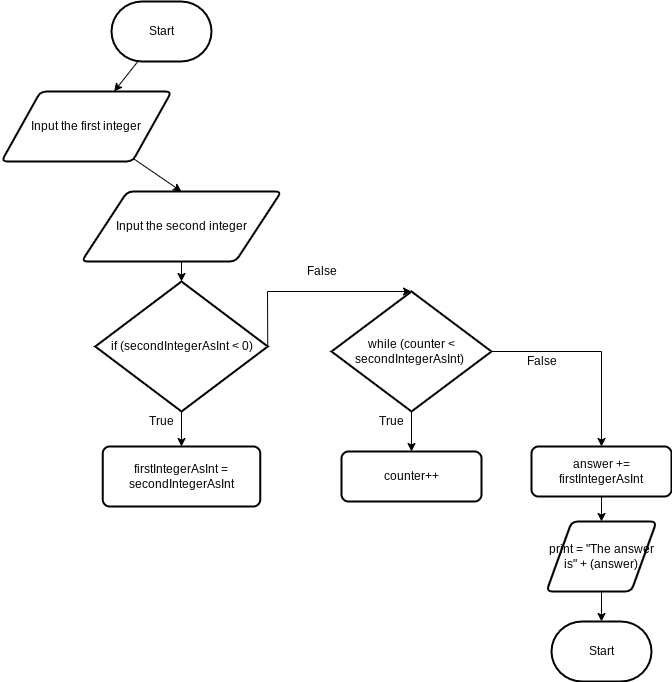
Before: design/flow-chart.png, a diagram exported from draw.io (Kenny-Le-281/ICS2O-Unit5-06-HTML). Source tidied: cells renumbered, new cells last; positions are measured from the earlier drawing's top-left corner, leaving out a move shared by most shapes. Its diagram source:
```xml
<mxGraphModel>
  <root>
    <mxCell id="0" />
    <mxCell id="1" parent="0" />
    <mxCell id="2" style="edgeStyle=none;html=1;" parent="1" edge="1" source="3" target="5">
      <mxGeometry relative="1" as="geometry" />
    </mxCell>
    <mxCell id="3" value="Start" style="strokeWidth=2;html=1;shape=mxgraph.flowchart.terminator;whiteSpace=wrap;" parent="1" vertex="1">
      <mxGeometry x="110" width="100" height="60" as="geometry" />
    </mxCell>
    <mxCell id="4" style="edgeStyle=none;html=1;entryX=0.5;entryY=0;entryDx=0;entryDy=0;" parent="1" edge="1" source="5" target="7">
      <mxGeometry relative="1" as="geometry" />
    </mxCell>
    <mxCell id="5" value="Input the first integer" style="shape=parallelogram;html=1;strokeWidth=2;perimeter=parallelogramPerimeter;whiteSpace=wrap;rounded=1;arcSize=12;size=0.23;" parent="1" vertex="1">
      <mxGeometry y="90" width="170" height="70" as="geometry" />
    </mxCell>
    <mxCell id="6" style="edgeStyle=none;rounded=0;html=1;" parent="1" edge="1" source="7" target="20">
      <mxGeometry relative="1" as="geometry" />
    </mxCell>
    <mxCell id="7" value="Input the second integer" style="shape=parallelogram;html=1;strokeWidth=2;perimeter=parallelogramPerimeter;whiteSpace=wrap;rounded=1;arcSize=12;size=0.23;" parent="1" vertex="1">
      <mxGeometry x="80" y="190" width="200" height="70" as="geometry" />
    </mxCell>
    <mxCell id="8" style="edgeStyle=none;html=1;" parent="1" edge="1" source="10" target="11">
      <mxGeometry relative="1" as="geometry" />
    </mxCell>
    <mxCell id="9" style="edgeStyle=none;html=1;entryX=0.5;entryY=0;entryDx=0;entryDy=0;exitX=1;exitY=0.5;exitDx=0;exitDy=0;exitPerimeter=0;rounded=0;" parent="1" edge="1" source="10" target="13">
      <mxGeometry relative="1" as="geometry">
        <Array as="points">
          <mxPoint x="600" y="350" />
        </Array>
      </mxGeometry>
    </mxCell>
    <mxCell id="10" value="&lt;div&gt;while (counter &amp;lt; secondIntegerAsInt)&amp;nbsp;&lt;/div&gt;" style="strokeWidth=2;html=1;shape=mxgraph.flowchart.decision;whiteSpace=wrap;" parent="1" vertex="1">
      <mxGeometry x="330" y="290" width="160" height="120" as="geometry" />
    </mxCell>
    <mxCell id="11" value="counter++" style="rounded=1;whiteSpace=wrap;html=1;absoluteArcSize=1;arcSize=14;strokeWidth=2;" parent="1" vertex="1">
      <mxGeometry x="340" y="450" width="140" height="50" as="geometry" />
    </mxCell>
    <mxCell id="12" style="edgeStyle=none;rounded=0;html=1;entryX=0.5;entryY=0;entryDx=0;entryDy=0;" parent="1" edge="1" source="13" target="17">
      <mxGeometry relative="1" as="geometry" />
    </mxCell>
    <mxCell id="13" value="answer += firstIntegerAsInt" style="rounded=1;whiteSpace=wrap;html=1;absoluteArcSize=1;arcSize=14;strokeWidth=2;" parent="1" vertex="1">
      <mxGeometry x="530" y="445" width="140" height="50" as="geometry" />
    </mxCell>
    <mxCell id="14" value="True" style="text;html=1;align=center;verticalAlign=middle;fillColor=none;strokeColor=none;rounded=0;" parent="1" vertex="1">
      <mxGeometry x="370" y="410" width="40" height="20" as="geometry" />
    </mxCell>
    <mxCell id="15" value="False" style="text;html=1;align=center;verticalAlign=middle;fillColor=none;strokeColor=none;rounded=0;" parent="1" vertex="1">
      <mxGeometry x="515" y="350" width="50" height="20" as="geometry" />
    </mxCell>
    <mxCell id="16" style="edgeStyle=none;rounded=0;html=1;entryX=0.5;entryY=0;entryDx=0;entryDy=0;entryPerimeter=0;" parent="1" edge="1" source="17" target="24">
      <mxGeometry relative="1" as="geometry" />
    </mxCell>
    <mxCell id="17" value="print = &quot;The answer is&quot; + (answer)" style="shape=parallelogram;html=1;strokeWidth=2;perimeter=parallelogramPerimeter;whiteSpace=wrap;rounded=1;arcSize=12;size=0.23;" parent="1" vertex="1">
      <mxGeometry x="545" y="520" width="110" height="70" as="geometry" />
    </mxCell>
    <mxCell id="18" style="edgeStyle=none;rounded=0;html=1;" parent="1" edge="1" source="20" target="21">
      <mxGeometry relative="1" as="geometry" />
    </mxCell>
    <mxCell id="19" style="edgeStyle=none;rounded=0;html=1;entryX=0.5;entryY=0;entryDx=0;entryDy=0;entryPerimeter=0;exitX=1;exitY=0.5;exitDx=0;exitDy=0;exitPerimeter=0;" parent="1" edge="1" source="20" target="10">
      <mxGeometry relative="1" as="geometry">
        <Array as="points">
          <mxPoint x="266" y="290" />
        </Array>
      </mxGeometry>
    </mxCell>
    <mxCell id="20" value="if (secondIntegerAsInt &amp;lt; 0)" style="strokeWidth=2;html=1;shape=mxgraph.flowchart.decision;whiteSpace=wrap;" parent="1" vertex="1">
      <mxGeometry x="93.8" y="280" width="172.5" height="130" as="geometry" />
    </mxCell>
    <mxCell id="21" value="firstIntegerAsInt = secondIntegerAsInt" style="rounded=1;whiteSpace=wrap;html=1;absoluteArcSize=1;arcSize=14;strokeWidth=2;" parent="1" vertex="1">
      <mxGeometry x="101.2" y="445" width="157.5" height="60" as="geometry" />
    </mxCell>
    <mxCell id="22" value="True" style="text;html=1;align=center;verticalAlign=middle;fillColor=none;strokeColor=none;rounded=0;" parent="1" vertex="1">
      <mxGeometry x="140" y="410" width="40" height="20" as="geometry" />
    </mxCell>
    <mxCell id="23" value="False" style="text;html=1;align=center;verticalAlign=middle;fillColor=none;strokeColor=none;rounded=0;" parent="1" vertex="1">
      <mxGeometry x="295" y="260" width="50" height="20" as="geometry" />
    </mxCell>
    <mxCell id="24" value="Start" style="strokeWidth=2;html=1;shape=mxgraph.flowchart.terminator;whiteSpace=wrap;" parent="1" vertex="1">
      <mxGeometry x="550" y="620" width="100" height="60" as="geometry" />
    </mxCell>
  </root>
</mxGraphModel>
```
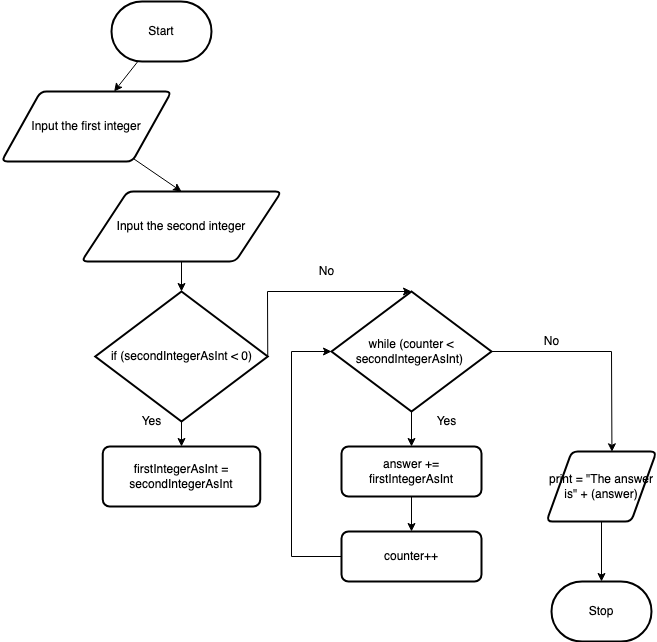
After the change.

What changed in the source:
```diff
@@ -20,39 +20,24 @@
     <mxCell id="7" value="Input the second integer" style="shape=parallelogram;html=1;strokeWidth=2;perimeter=parallelogramPerimeter;whiteSpace=wrap;rounded=1;arcSize=12;size=0.23;" parent="1" vertex="1">
       <mxGeometry x="80" y="190" width="200" height="70" as="geometry" />
     </mxCell>
-    <mxCell id="8" style="edgeStyle=none;html=1;" parent="1" edge="1" source="10" target="11">
-      <mxGeometry relative="1" as="geometry" />
-    </mxCell>
-    <mxCell id="9" style="edgeStyle=none;html=1;entryX=0.5;entryY=0;entryDx=0;entryDy=0;exitX=1;exitY=0.5;exitDx=0;exitDy=0;exitPerimeter=0;rounded=0;" parent="1" edge="1" source="10" target="13">
-      <mxGeometry relative="1" as="geometry">
-        <Array as="points">
-          <mxPoint x="600" y="350" />
-        </Array>
-      </mxGeometry>
+    <mxCell id="9" style="edgeStyle=none;html=1;entryX=0.5;entryY=0;entryDx=0;entryDy=0;" parent="1" edge="1" source="10" target="13">
+      <mxGeometry relative="1" as="geometry" />
     </mxCell>
+    <mxCell id="25" style="edgeStyle=none;rounded=0;html=1;entryX=0.595;entryY=0.004;entryDx=0;entryDy=0;entryPerimeter=0;" parent="1" edge="1" source="10" target="17">
+      <mxGeometry relative="1" as="geometry">
+        <Array as="points">
+          <mxPoint x="610" y="350" />
+        </Array>
+      </mxGeometry>
+    </mxCell>
     <mxCell id="10" value="&lt;div&gt;while (counter &amp;lt; secondIntegerAsInt)&amp;nbsp;&lt;/div&gt;" style="strokeWidth=2;html=1;shape=mxgraph.flowchart.decision;whiteSpace=wrap;" parent="1" vertex="1">
       <mxGeometry x="330" y="290" width="160" height="120" as="geometry" />
     </mxCell>
-    <mxCell id="11" value="counter++" style="rounded=1;whiteSpace=wrap;html=1;absoluteArcSize=1;arcSize=14;strokeWidth=2;" parent="1" vertex="1">
-      <mxGeometry x="340" y="450" width="140" height="50" as="geometry" />
-    </mxCell>
-    <mxCell id="12" style="edgeStyle=none;rounded=0;html=1;entryX=0.5;entryY=0;entryDx=0;entryDy=0;" parent="1" edge="1" source="13" target="17">
-      <mxGeometry relative="1" as="geometry" />
-    </mxCell>
-    <mxCell id="13" value="answer += firstIntegerAsInt" style="rounded=1;whiteSpace=wrap;html=1;absoluteArcSize=1;arcSize=14;strokeWidth=2;" parent="1" vertex="1">
-      <mxGeometry x="530" y="445" width="140" height="50" as="geometry" />
-    </mxCell>
-    <mxCell id="14" value="True" style="text;html=1;align=center;verticalAlign=middle;fillColor=none;strokeColor=none;rounded=0;" parent="1" vertex="1">
-      <mxGeometry x="370" y="410" width="40" height="20" as="geometry" />
-    </mxCell>
-    <mxCell id="15" value="False" style="text;html=1;align=center;verticalAlign=middle;fillColor=none;strokeColor=none;rounded=0;" parent="1" vertex="1">
-      <mxGeometry x="515" y="350" width="50" height="20" as="geometry" />
-    </mxCell>
     <mxCell id="16" style="edgeStyle=none;rounded=0;html=1;entryX=0.5;entryY=0;entryDx=0;entryDy=0;entryPerimeter=0;" parent="1" edge="1" source="17" target="24">
       <mxGeometry relative="1" as="geometry" />
     </mxCell>
     <mxCell id="17" value="print = &quot;The answer is&quot; + (answer)" style="shape=parallelogram;html=1;strokeWidth=2;perimeter=parallelogramPerimeter;whiteSpace=wrap;rounded=1;arcSize=12;size=0.23;" parent="1" vertex="1">
-      <mxGeometry x="545" y="520" width="110" height="70" as="geometry" />
+      <mxGeometry x="545" y="450" width="110" height="70" as="geometry" />
     </mxCell>
     <mxCell id="18" style="edgeStyle=none;rounded=0;html=1;" parent="1" edge="1" source="20" target="21">
       <mxGeometry relative="1" as="geometry" />
@@ -65,19 +50,42 @@
       </mxGeometry>
     </mxCell>
     <mxCell id="20" value="if (secondIntegerAsInt &amp;lt; 0)" style="strokeWidth=2;html=1;shape=mxgraph.flowchart.decision;whiteSpace=wrap;" parent="1" vertex="1">
-      <mxGeometry x="93.8" y="280" width="172.5" height="130" as="geometry" />
+      <mxGeometry x="93.8" y="290" width="172.5" height="130" as="geometry" />
     </mxCell>
     <mxCell id="21" value="firstIntegerAsInt = secondIntegerAsInt" style="rounded=1;whiteSpace=wrap;html=1;absoluteArcSize=1;arcSize=14;strokeWidth=2;" parent="1" vertex="1">
       <mxGeometry x="101.2" y="445" width="157.5" height="60" as="geometry" />
     </mxCell>
-    <mxCell id="22" value="True" style="text;html=1;align=center;verticalAlign=middle;fillColor=none;strokeColor=none;rounded=0;" parent="1" vertex="1">
-      <mxGeometry x="140" y="410" width="40" height="20" as="geometry" />
-    </mxCell>
-    <mxCell id="23" value="False" style="text;html=1;align=center;verticalAlign=middle;fillColor=none;strokeColor=none;rounded=0;" parent="1" vertex="1">
-      <mxGeometry x="295" y="260" width="50" height="20" as="geometry" />
-    </mxCell>
-    <mxCell id="24" value="Start" style="strokeWidth=2;html=1;shape=mxgraph.flowchart.terminator;whiteSpace=wrap;" parent="1" vertex="1">
-      <mxGeometry x="550" y="620" width="100" height="60" as="geometry" />
+    <mxCell id="24" value="Stop" style="strokeWidth=2;html=1;shape=mxgraph.flowchart.terminator;whiteSpace=wrap;" parent="1" vertex="1">
+      <mxGeometry x="550" y="580" width="100" height="60" as="geometry" />
     </mxCell>
+    <mxCell id="26" style="edgeStyle=none;html=1;rounded=0;entryX=0;entryY=0.5;entryDx=0;entryDy=0;entryPerimeter=0;" parent="1" edge="1" source="11" target="10">
+      <mxGeometry relative="1" as="geometry">
+        <Array as="points">
+          <mxPoint x="290" y="555" />
+          <mxPoint x="290" y="350" />
+        </Array>
+      </mxGeometry>
+    </mxCell>
+    <mxCell id="11" value="counter++" style="rounded=1;whiteSpace=wrap;html=1;absoluteArcSize=1;arcSize=14;strokeWidth=2;" parent="1" vertex="1">
+      <mxGeometry x="340" y="530" width="140" height="50" as="geometry" />
+    </mxCell>
+    <mxCell id="27" style="edgeStyle=none;html=1;entryX=0.5;entryY=0;entryDx=0;entryDy=0;" parent="1" edge="1" source="13" target="11">
+      <mxGeometry relative="1" as="geometry" />
+    </mxCell>
+    <mxCell id="13" value="answer += firstIntegerAsInt" style="rounded=1;whiteSpace=wrap;html=1;absoluteArcSize=1;arcSize=14;strokeWidth=2;" parent="1" vertex="1">
+      <mxGeometry x="340" y="445" width="140" height="50" as="geometry" />
+    </mxCell>
+    <mxCell id="28" value="No" style="text;html=1;align=center;verticalAlign=middle;fillColor=none;strokeColor=none;rounded=0;" parent="1" vertex="1">
+      <mxGeometry x="535" y="330" width="30" height="20" as="geometry" />
+    </mxCell>
+    <mxCell id="29" value="Yes" style="text;html=1;align=center;verticalAlign=middle;fillColor=none;strokeColor=none;rounded=0;" parent="1" vertex="1">
+      <mxGeometry x="425" y="410" width="40" height="20" as="geometry" />
+    </mxCell>
+    <mxCell id="30" value="Yes" style="text;html=1;align=center;verticalAlign=middle;fillColor=none;strokeColor=none;rounded=0;" parent="1" vertex="1">
+      <mxGeometry x="130" y="410" width="40" height="20" as="geometry" />
+    </mxCell>
+    <mxCell id="31" value="No" style="text;html=1;align=center;verticalAlign=middle;fillColor=none;strokeColor=none;rounded=0;" parent="1" vertex="1">
+      <mxGeometry x="310" y="260" width="30" height="20" as="geometry" />
+    </mxCell>
   </root>
 </mxGraphModel>
```
